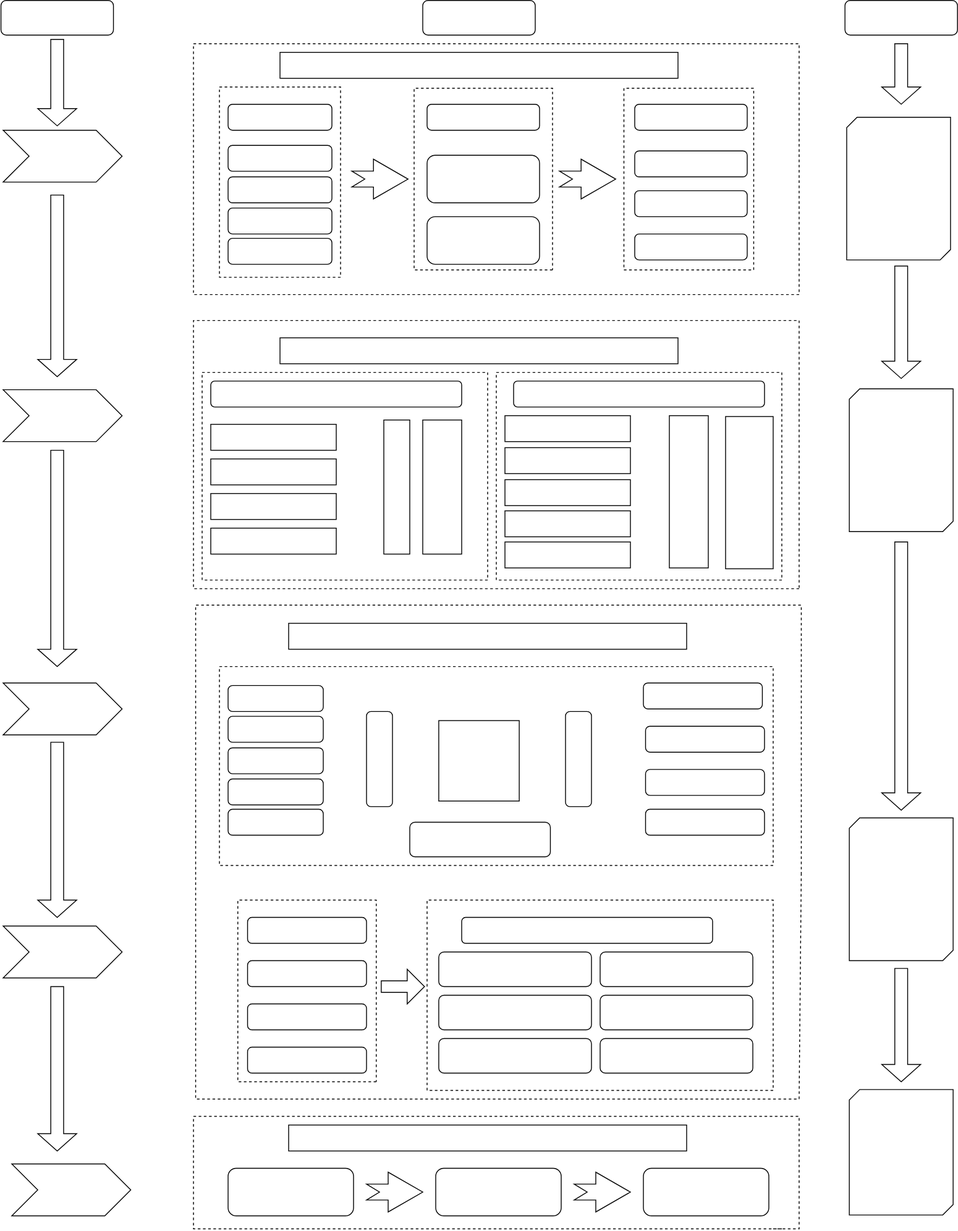
The draw.io diagram 1.drawio.svg in shuxilin06/ToMyLife2.0, before a commit. Source tidied: cells renumbered, new cells last; positions are measured from the earlier drawing's top-left corner, leaving out a move shared by most shapes.
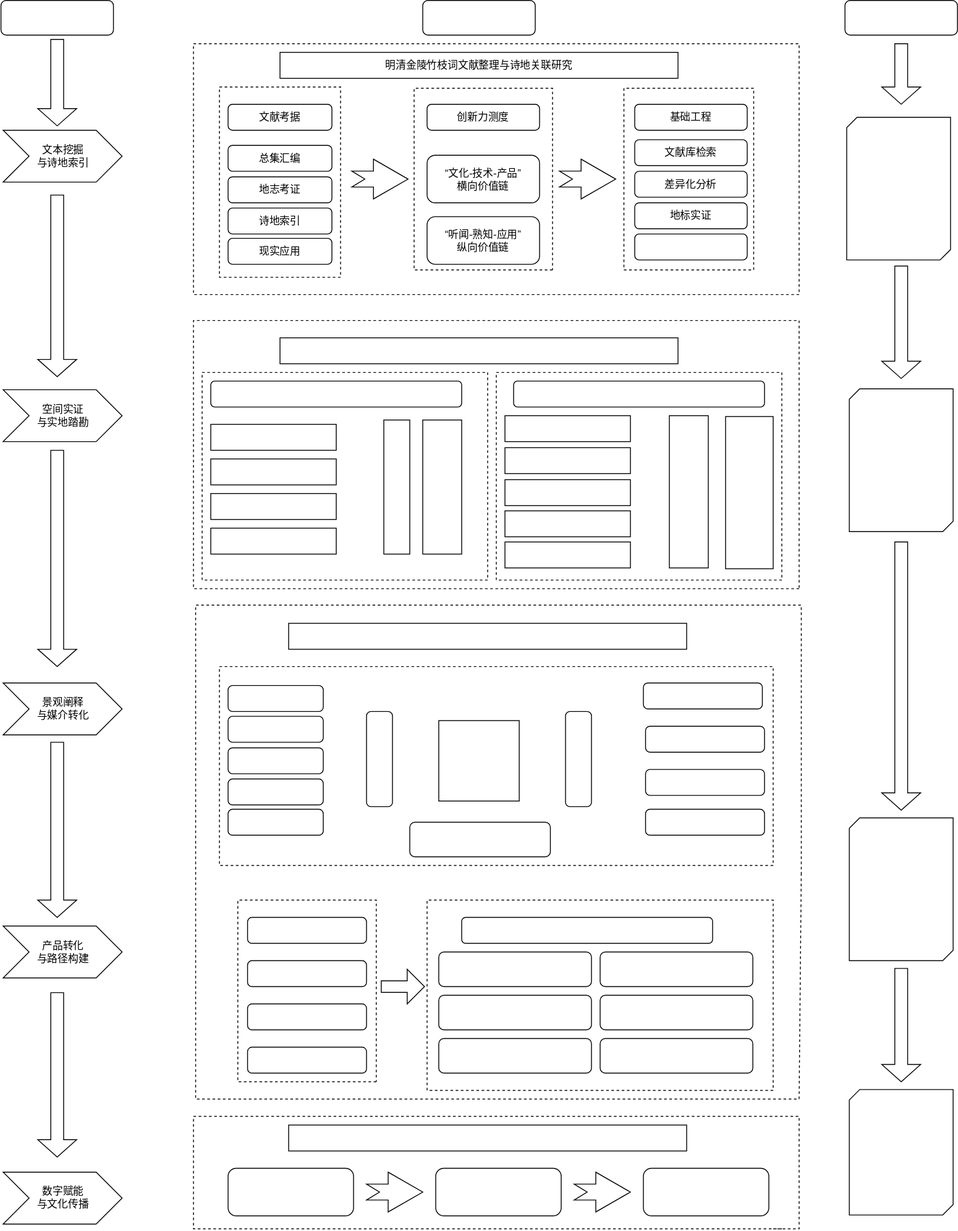
After the commit.

Diff of the diagram source:
```diff
@@ -11,13 +11,13 @@
     <mxCell id="4" style="rounded=1;whiteSpace=wrap;html=1;roundedPerimeter=1;" parent="1" vertex="1">
       <mxGeometry x="975" width="130" height="40" as="geometry" />
     </mxCell>
-    <mxCell id="5" style="rounded=0;whiteSpace=wrap;html=1;" parent="1" vertex="1">
+    <mxCell id="5" value="明清金陵竹枝词文献整理与诗地关联研究" style="rounded=0;whiteSpace=wrap;html=1;" parent="1" vertex="1">
       <mxGeometry x="322" y="60" width="460" height="30" as="geometry" />
     </mxCell>
-    <mxCell id="6" style="rounded=1;whiteSpace=wrap;html=1;roundedPerimeter=1;arcSize=17;direction=west;" parent="1" vertex="1">
+    <mxCell id="6" value="文献考据" style="rounded=1;whiteSpace=wrap;html=1;roundedPerimeter=1;arcSize=17;direction=west;" parent="1" vertex="1">
       <mxGeometry x="262" y="120" width="120" height="30" as="geometry" />
     </mxCell>
-    <mxCell id="7" style="rounded=1;whiteSpace=wrap;html=1;roundedPerimeter=1;arcSize=17;direction=west;" parent="1" vertex="1">
+    <mxCell id="7" value="总集汇编" style="rounded=1;whiteSpace=wrap;html=1;roundedPerimeter=1;arcSize=17;direction=west;" parent="1" vertex="1">
       <mxGeometry x="262" y="167.5" width="120" height="30" as="geometry" />
     </mxCell>
     <mxCell id="8" style="endArrow=none;dashed=1;html=1;rounded=0;defaultLabelBackgroundColor=page;" parent="1" edge="1">
@@ -26,34 +26,34 @@
         <mxPoint x="212" y="230" as="targetPoint" />
       </mxGeometry>
     </mxCell>
-    <mxCell id="9" style="rounded=1;whiteSpace=wrap;html=1;roundedPerimeter=1;arcSize=17;direction=west;" parent="1" vertex="1">
+    <mxCell id="9" value="地志考证" style="rounded=1;whiteSpace=wrap;html=1;roundedPerimeter=1;arcSize=17;direction=west;" parent="1" vertex="1">
       <mxGeometry x="262" y="204" width="120" height="30" as="geometry" />
     </mxCell>
-    <mxCell id="10" style="rounded=1;whiteSpace=wrap;html=1;roundedPerimeter=1;arcSize=17;direction=west;" parent="1" vertex="1">
+    <mxCell id="10" value="创新力测度" style="rounded=1;whiteSpace=wrap;html=1;roundedPerimeter=1;arcSize=17;direction=west;" parent="1" vertex="1">
       <mxGeometry x="492" y="120" width="130" height="30" as="geometry" />
     </mxCell>
-    <mxCell id="11" style="rounded=1;whiteSpace=wrap;html=1;roundedPerimeter=1;arcSize=17;direction=west;" parent="1" vertex="1">
+    <mxCell id="11" value="“文化-技术-产品”&lt;div&gt;横向价值链&lt;/div&gt;" style="rounded=1;whiteSpace=wrap;html=1;roundedPerimeter=1;arcSize=17;direction=west;" parent="1" vertex="1">
       <mxGeometry x="492" y="179" width="130" height="55" as="geometry" />
     </mxCell>
-    <mxCell id="12" style="rounded=1;whiteSpace=wrap;html=1;roundedPerimeter=1;arcSize=17;direction=west;" parent="1" vertex="1">
+    <mxCell id="12" value="基础工程" style="rounded=1;whiteSpace=wrap;html=1;roundedPerimeter=1;arcSize=17;direction=west;" parent="1" vertex="1">
       <mxGeometry x="732" y="120" width="130" height="30" as="geometry" />
     </mxCell>
-    <mxCell id="13" style="rounded=1;whiteSpace=wrap;html=1;roundedPerimeter=1;arcSize=17;direction=west;" parent="1" vertex="1">
-      <mxGeometry x="732" y="174" width="130" height="30" as="geometry" />
+    <mxCell id="13" value="文献库检索" style="rounded=1;whiteSpace=wrap;html=1;roundedPerimeter=1;arcSize=17;direction=west;" parent="1" vertex="1">
+      <mxGeometry x="732" y="161" width="130" height="30" as="geometry" />
     </mxCell>
-    <mxCell id="14" style="rounded=1;whiteSpace=wrap;html=1;roundedPerimeter=1;arcSize=17;direction=west;" parent="1" vertex="1">
-      <mxGeometry x="732" y="220" width="130" height="30" as="geometry" />
+    <mxCell id="14" value="差异化分析" style="rounded=1;whiteSpace=wrap;html=1;roundedPerimeter=1;arcSize=17;direction=west;" parent="1" vertex="1">
+      <mxGeometry x="732" y="197.5" width="130" height="30" as="geometry" />
     </mxCell>
     <mxCell id="15" style="rounded=1;whiteSpace=wrap;html=1;roundedPerimeter=1;arcSize=17;direction=west;" parent="1" vertex="1">
       <mxGeometry x="732" y="270" width="130" height="30" as="geometry" />
     </mxCell>
-    <mxCell id="16" style="rounded=1;whiteSpace=wrap;html=1;roundedPerimeter=1;arcSize=17;direction=west;" parent="1" vertex="1">
+    <mxCell id="16" value="“听闻-熟知-应用”&lt;div&gt;纵向价值链&lt;/div&gt;" style="rounded=1;whiteSpace=wrap;html=1;roundedPerimeter=1;arcSize=17;direction=west;" parent="1" vertex="1">
       <mxGeometry x="492" y="250" width="130" height="55" as="geometry" />
     </mxCell>
-    <mxCell id="17" style="rounded=1;whiteSpace=wrap;html=1;roundedPerimeter=1;arcSize=17;direction=west;" parent="1" vertex="1">
+    <mxCell id="17" value="诗地索引" style="rounded=1;whiteSpace=wrap;html=1;roundedPerimeter=1;arcSize=17;direction=west;" parent="1" vertex="1">
       <mxGeometry x="262" y="240" width="120" height="30" as="geometry" />
     </mxCell>
-    <mxCell id="18" style="rounded=1;whiteSpace=wrap;html=1;roundedPerimeter=1;arcSize=17;direction=west;" parent="1" vertex="1">
+    <mxCell id="18" value="现实应用" style="rounded=1;whiteSpace=wrap;html=1;roundedPerimeter=1;arcSize=17;direction=west;" parent="1" vertex="1">
       <mxGeometry x="262" y="275" width="120" height="30" as="geometry" />
     </mxCell>
     <mxCell id="19" style="rounded=0;whiteSpace=wrap;html=1;" parent="1" vertex="1">
@@ -191,20 +191,20 @@
     <mxCell id="63" style="rounded=1;whiteSpace=wrap;html=1;roundedPerimeter=1;arcSize=17;direction=west;" parent="1" vertex="1">
       <mxGeometry x="742" y="1350" width="145" height="55" as="geometry" />
     </mxCell>
-    <mxCell id="64" style="html=1;shadow=0;dashed=0;align=center;verticalAlign=middle;shape=mxgraph.arrows2.arrow;dy=0;dx=30;notch=30;" parent="1" vertex="1">
+    <mxCell id="64" value="文本挖掘&lt;div&gt;与诗地索引&lt;/div&gt;" style="html=1;shadow=0;dashed=0;align=center;verticalAlign=middle;shape=mxgraph.arrows2.arrow;dy=0;dx=30;notch=30;" parent="1" vertex="1">
       <mxGeometry x="2" y="150" width="137.5" height="60" as="geometry" />
     </mxCell>
-    <mxCell id="65" style="html=1;shadow=0;dashed=0;align=center;verticalAlign=middle;shape=mxgraph.arrows2.arrow;dy=0;dx=30;notch=30;" parent="1" vertex="1">
+    <mxCell id="65" value="空间实证&lt;div&gt;与&lt;span style=&quot;background-color: transparent; color: light-dark(#000000, var(--ge-light-color, #ffffff));&quot;&gt;实地踏勘&lt;/span&gt;&lt;/div&gt;" style="html=1;shadow=0;dashed=0;align=center;verticalAlign=middle;shape=mxgraph.arrows2.arrow;dy=0;dx=30;notch=30;" parent="1" vertex="1">
       <mxGeometry x="2" y="450" width="137.5" height="60" as="geometry" />
     </mxCell>
-    <mxCell id="66" style="html=1;shadow=0;dashed=0;align=center;verticalAlign=middle;shape=mxgraph.arrows2.arrow;dy=0;dx=30;notch=30;" parent="1" vertex="1">
+    <mxCell id="66" value="&lt;div&gt;景观阐释&lt;/div&gt;&lt;div&gt;与媒介转化&lt;/div&gt;" style="html=1;shadow=0;dashed=0;align=center;verticalAlign=middle;shape=mxgraph.arrows2.arrow;dy=0;dx=30;notch=30;" parent="1" vertex="1">
       <mxGeometry x="2" y="789" width="137.5" height="60" as="geometry" />
     </mxCell>
-    <mxCell id="67" style="html=1;shadow=0;dashed=0;align=center;verticalAlign=middle;shape=mxgraph.arrows2.arrow;dy=0;dx=30;notch=30;" parent="1" vertex="1">
+    <mxCell id="67" value="&lt;div&gt;产品转化&lt;/div&gt;&lt;div&gt;与路径构建&lt;/div&gt;" style="html=1;shadow=0;dashed=0;align=center;verticalAlign=middle;shape=mxgraph.arrows2.arrow;dy=0;dx=30;notch=30;" parent="1" vertex="1">
       <mxGeometry x="2" y="1070" width="137.5" height="60" as="geometry" />
     </mxCell>
-    <mxCell id="68" style="html=1;shadow=0;dashed=0;align=center;verticalAlign=middle;shape=mxgraph.arrows2.arrow;dy=0;dx=30;notch=30;" parent="1" vertex="1">
-      <mxGeometry x="12" y="1345" width="137.5" height="60" as="geometry" />
+    <mxCell id="68" value="数字赋能&lt;div&gt;与文化传播&lt;/div&gt;" style="html=1;shadow=0;dashed=0;align=center;verticalAlign=middle;shape=mxgraph.arrows2.arrow;dy=0;dx=30;notch=30;" parent="1" vertex="1">
+      <mxGeometry x="2" y="1354.5" width="137.5" height="60" as="geometry" />
     </mxCell>
     <mxCell id="69" style="verticalLabelPosition=bottom;verticalAlign=top;html=1;shape=mxgraph.basic.diag_snip_rect;dx=6;whiteSpace=wrap;labelPerimeter=1;" parent="1" vertex="1">
       <mxGeometry x="977" y="135" width="120" height="165" as="geometry" />
@@ -394,7 +394,7 @@
       <mxGeometry x="42" y="857.5" width="45" height="202.5" as="geometry" />
     </mxCell>
     <mxCell id="94" style="html=1;shadow=0;dashed=0;align=center;verticalAlign=middle;shape=mxgraph.arrows2.arrow;dy=0.67;dx=20;notch=0;direction=south;" parent="1" vertex="1">
-      <mxGeometry x="42" y="1140" width="45" height="190" as="geometry" />
+      <mxGeometry x="42" y="1147" width="45" height="190" as="geometry" />
     </mxCell>
     <mxCell id="95" style="html=1;shadow=0;dashed=0;align=center;verticalAlign=middle;shape=mxgraph.arrows2.arrow;dy=0.67;dx=20;notch=0;direction=south;" parent="1" vertex="1">
       <mxGeometry x="1017.5" y="50" width="45" height="70" as="geometry" />
@@ -408,5 +408,8 @@
     <mxCell id="98" style="html=1;shadow=0;dashed=0;align=center;verticalAlign=middle;shape=mxgraph.arrows2.arrow;dy=0.67;dx=20;notch=0;direction=south;" parent="1" vertex="1">
       <mxGeometry x="1017.5" y="1119" width="45" height="131" as="geometry" />
     </mxCell>
+    <mxCell id="99" value="地标实证" style="rounded=1;whiteSpace=wrap;html=1;roundedPerimeter=1;arcSize=17;direction=west;" parent="1" vertex="1">
+      <mxGeometry x="732" y="234" width="130" height="30" as="geometry" />
+    </mxCell>
   </root>
 </mxGraphModel>
```
